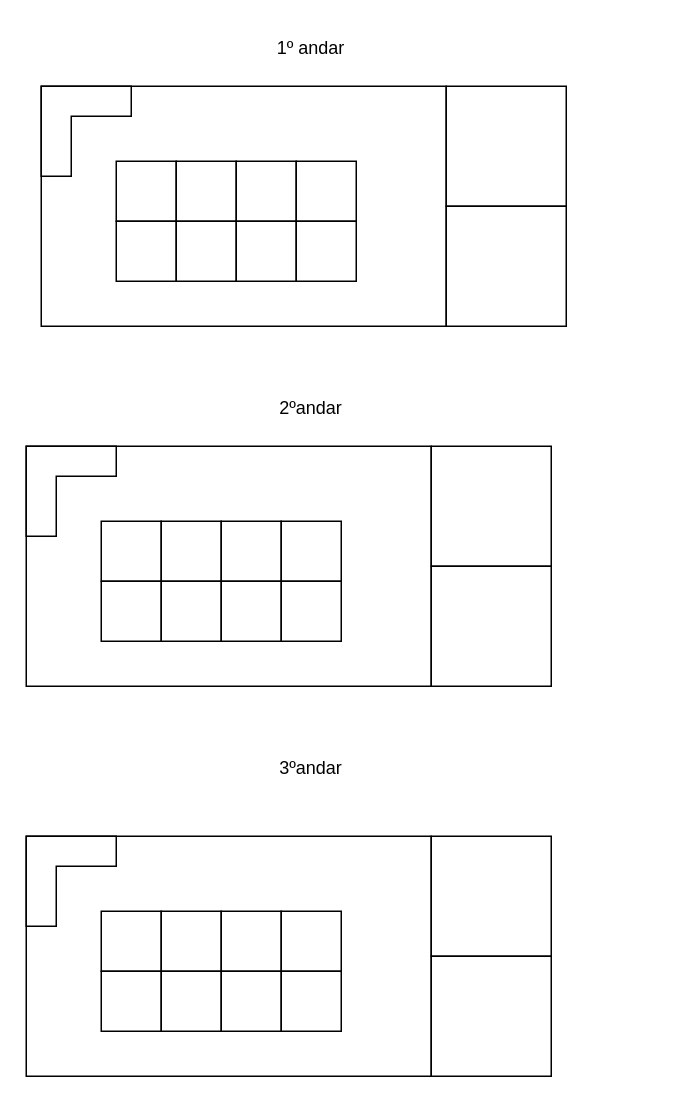
This is shopping.drawio from BrunoTdS456123/Prog1, a draw.io file, before an edit. Source tidied: cells renumbered, new cells numbered last; positions are measured from the earlier drawing's top-left corner, leaving out a move shared by most shapes. Both pictures are drawn from the tidied source at 150%, with x=0, y=0 at pixel (26, 26).
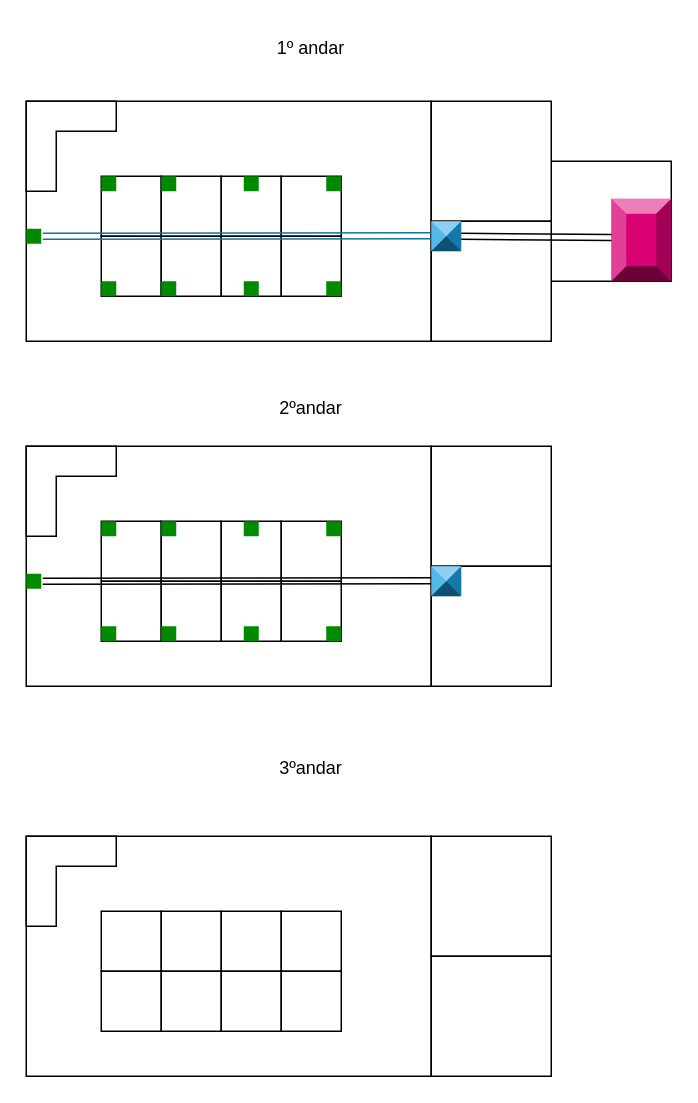
Above is the later version.

The edit, as a diff of the source:
```diff
@@
-    <mxCell id="2" style="rounded=0;whiteSpace=wrap;html=1;" parent="1" vertex="1">
-      <mxGeometry x="10" y="40" width="270" height="160" as="geometry" />
-    </mxCell>
-    <mxCell id="3" style="whiteSpace=wrap;html=1;" parent="1" vertex="1">
-      <mxGeometry x="280" y="40" width="80" height="80" as="geometry" />
-    </mxCell>
-    <mxCell id="4" style="whiteSpace=wrap;html=1;" parent="1" vertex="1">
-      <mxGeometry x="280" y="120" width="80" height="80" as="geometry" />
-    </mxCell>
@@
-    <mxCell id="8" style="shape=corner;whiteSpace=wrap;html=1;" parent="1" vertex="1">
-      <mxGeometry x="10" y="40" width="60" height="60" as="geometry" />
-    </mxCell>
-    <mxCell id="9" style="whiteSpace=wrap;html=1;" parent="1" vertex="1">
-      <mxGeometry x="60" y="90" width="40" height="40" as="geometry" />
-    </mxCell>
-    <mxCell id="10" style="whiteSpace=wrap;html=1;" parent="1" vertex="1">
-      <mxGeometry x="100" y="90" width="40" height="40" as="geometry" />
-    </mxCell>
-    <mxCell id="11" style="whiteSpace=wrap;html=1;" parent="1" vertex="1">
-      <mxGeometry x="140" y="90" width="40" height="40" as="geometry" />
-    </mxCell>
-    <mxCell id="12" style="whiteSpace=wrap;html=1;" parent="1" vertex="1">
-      <mxGeometry x="180" y="90" width="40" height="40" as="geometry" />
-    </mxCell>
-    <mxCell id="13" style="whiteSpace=wrap;html=1;" parent="1" vertex="1">
-      <mxGeometry x="60" y="130" width="40" height="40" as="geometry" />
-    </mxCell>
-    <mxCell id="14" style="whiteSpace=wrap;html=1;" parent="1" vertex="1">
-      <mxGeometry x="100" y="130" width="40" height="40" as="geometry" />
-    </mxCell>
-    <mxCell id="15" style="whiteSpace=wrap;html=1;" parent="1" vertex="1">
-      <mxGeometry x="140" y="130" width="40" height="40" as="geometry" />
-    </mxCell>
-    <mxCell id="16" style="whiteSpace=wrap;html=1;" parent="1" vertex="1">
-      <mxGeometry x="180" y="130" width="40" height="40" as="geometry" />
-    </mxCell>
@@
+    <mxCell id="41" value="&lt;div&gt;&lt;br&gt;&lt;/div&gt;&lt;div&gt;&lt;br&gt;&lt;/div&gt;" style="labelPosition=center;verticalLabelPosition=middle;align=center;html=1;shape=mxgraph.basic.shaded_button;dx=10;fillColor=#1ba1e2;strokeColor=#006EAF;whiteSpace=wrap;fontColor=#ffffff;" parent="1" vertex="1">
+      <mxGeometry x="270" y="360" width="20" height="20" as="geometry" />
+    </mxCell>
+    <mxCell id="42" value="&lt;div&gt;&lt;br&gt;&lt;/div&gt;&lt;div&gt;&lt;br&gt;&lt;/div&gt;" style="labelPosition=center;verticalLabelPosition=middle;align=center;html=1;shape=mxgraph.basic.shaded_button;dx=0;fillColor=#008a00;strokeColor=#005700;whiteSpace=wrap;fontColor=#ffffff;" parent="1" vertex="1">
+      <mxGeometry x="200" y="400" width="10" height="10" as="geometry" />
+    </mxCell>
+    <mxCell id="43" value="&lt;div&gt;&lt;br&gt;&lt;/div&gt;&lt;div&gt;&lt;br&gt;&lt;/div&gt;" style="labelPosition=center;verticalLabelPosition=middle;align=center;html=1;shape=mxgraph.basic.shaded_button;dx=0;fillColor=#008a00;strokeColor=#005700;whiteSpace=wrap;fontColor=#ffffff;" parent="1" vertex="1">
+      <mxGeometry x="200" y="330" width="10" height="10" as="geometry" />
+    </mxCell>
+    <mxCell id="44" value="&lt;div&gt;&lt;br&gt;&lt;/div&gt;&lt;div&gt;&lt;br&gt;&lt;/div&gt;" style="labelPosition=center;verticalLabelPosition=middle;align=center;html=1;shape=mxgraph.basic.shaded_button;dx=0;fillColor=#008a00;strokeColor=#005700;whiteSpace=wrap;fontColor=#ffffff;" parent="1" vertex="1">
+      <mxGeometry x="145" y="330" width="10" height="10" as="geometry" />
+    </mxCell>
+    <mxCell id="45" value="&lt;div&gt;&lt;br&gt;&lt;/div&gt;&lt;div&gt;&lt;br&gt;&lt;/div&gt;" style="labelPosition=center;verticalLabelPosition=middle;align=center;html=1;shape=mxgraph.basic.shaded_button;dx=0;fillColor=#008a00;strokeColor=#005700;whiteSpace=wrap;fontColor=#ffffff;" parent="1" vertex="1">
+      <mxGeometry x="145" y="400" width="10" height="10" as="geometry" />
+    </mxCell>
+    <mxCell id="46" value="&lt;div&gt;&lt;br&gt;&lt;/div&gt;&lt;div&gt;&lt;br&gt;&lt;/div&gt;" style="labelPosition=center;verticalLabelPosition=middle;align=center;html=1;shape=mxgraph.basic.shaded_button;dx=0;fillColor=#008a00;strokeColor=#005700;whiteSpace=wrap;fontColor=#ffffff;" parent="1" vertex="1">
+      <mxGeometry x="90" y="400" width="10" height="10" as="geometry" />
+    </mxCell>
+    <mxCell id="47" value="&lt;div&gt;&lt;br&gt;&lt;/div&gt;&lt;div&gt;&lt;br&gt;&lt;/div&gt;" style="labelPosition=center;verticalLabelPosition=middle;align=center;html=1;shape=mxgraph.basic.shaded_button;dx=0;fillColor=#008a00;strokeColor=#005700;whiteSpace=wrap;fontColor=#ffffff;" parent="1" vertex="1">
+      <mxGeometry x="90" y="330" width="10" height="10" as="geometry" />
+    </mxCell>
+    <mxCell id="48" value="&lt;div&gt;&lt;br&gt;&lt;/div&gt;&lt;div&gt;&lt;br&gt;&lt;/div&gt;" style="labelPosition=center;verticalLabelPosition=middle;align=center;html=1;shape=mxgraph.basic.shaded_button;dx=0;fillColor=#008a00;strokeColor=#005700;whiteSpace=wrap;fontColor=#ffffff;" parent="1" vertex="1">
+      <mxGeometry x="50" y="330" width="10" height="10" as="geometry" />
+    </mxCell>
+    <mxCell id="49" value="&lt;div&gt;&lt;br&gt;&lt;/div&gt;&lt;div&gt;&lt;br&gt;&lt;/div&gt;" style="labelPosition=center;verticalLabelPosition=middle;align=center;html=1;shape=mxgraph.basic.shaded_button;dx=0;fillColor=#008a00;strokeColor=#005700;whiteSpace=wrap;fontColor=#ffffff;" parent="1" vertex="1">
+      <mxGeometry x="50" y="400" width="10" height="10" as="geometry" />
+    </mxCell>
+    <mxCell id="50" value="&lt;div&gt;&lt;br&gt;&lt;/div&gt;&lt;div&gt;&lt;br&gt;&lt;/div&gt;" style="labelPosition=center;verticalLabelPosition=middle;align=center;html=1;shape=mxgraph.basic.shaded_button;dx=0;fillColor=#008a00;strokeColor=#005700;whiteSpace=wrap;fontColor=#ffffff;" parent="1" vertex="1">
+      <mxGeometry y="365" width="10" height="10" as="geometry" />
+    </mxCell>
+    <mxCell id="51" style="whiteSpace=wrap;html=1;" parent="1" vertex="1">
+      <mxGeometry x="350" y="90" width="80" height="80" as="geometry" />
+    </mxCell>
+    <mxCell id="52" value="&lt;div&gt;&lt;br&gt;&lt;/div&gt;&lt;div&gt;&lt;br&gt;&lt;/div&gt;" style="labelPosition=center;verticalLabelPosition=middle;align=center;html=1;shape=mxgraph.basic.shaded_button;dx=10;fillColor=#d80073;strokeColor=#A50040;whiteSpace=wrap;fontColor=#ffffff;" parent="1" vertex="1">
+      <mxGeometry x="390" y="115" width="40" height="55" as="geometry" />
+    </mxCell>
+    <mxCell id="53" style="shape=link;html=1;rounded=0;" parent="1" edge="1">
+      <mxGeometry relative="1" as="geometry">
+        <mxPoint x="11" y="370" as="sourcePoint" />
+        <mxPoint x="270" y="369.7" as="targetPoint" />
+      </mxGeometry>
+    </mxCell>
+    <mxCell id="54" style="rounded=0;whiteSpace=wrap;html=1;" parent="1" vertex="1">
+      <mxGeometry y="50" width="270" height="160" as="geometry" />
+    </mxCell>
+    <mxCell id="55" style="whiteSpace=wrap;html=1;" parent="1" vertex="1">
+      <mxGeometry x="270" y="50" width="80" height="80" as="geometry" />
+    </mxCell>
+    <mxCell id="56" style="whiteSpace=wrap;html=1;" parent="1" vertex="1">
+      <mxGeometry x="270" y="130" width="80" height="80" as="geometry" />
+    </mxCell>
+    <mxCell id="57" style="shape=corner;whiteSpace=wrap;html=1;" parent="1" vertex="1">
+      <mxGeometry y="50" width="60" height="60" as="geometry" />
+    </mxCell>
+    <mxCell id="58" style="whiteSpace=wrap;html=1;" parent="1" vertex="1">
+      <mxGeometry x="50" y="100" width="40" height="40" as="geometry" />
+    </mxCell>
+    <mxCell id="59" style="whiteSpace=wrap;html=1;" parent="1" vertex="1">
+      <mxGeometry x="90" y="100" width="40" height="40" as="geometry" />
+    </mxCell>
+    <mxCell id="60" style="whiteSpace=wrap;html=1;" parent="1" vertex="1">
+      <mxGeometry x="130" y="100" width="40" height="40" as="geometry" />
+    </mxCell>
+    <mxCell id="61" style="whiteSpace=wrap;html=1;" parent="1" vertex="1">
+      <mxGeometry x="170" y="100" width="40" height="40" as="geometry" />
+    </mxCell>
+    <mxCell id="62" style="whiteSpace=wrap;html=1;" parent="1" vertex="1">
+      <mxGeometry x="50" y="140" width="40" height="40" as="geometry" />
+    </mxCell>
+    <mxCell id="63" style="whiteSpace=wrap;html=1;" parent="1" vertex="1">
+      <mxGeometry x="90" y="140" width="40" height="40" as="geometry" />
+    </mxCell>
+    <mxCell id="64" style="whiteSpace=wrap;html=1;" parent="1" vertex="1">
+      <mxGeometry x="130" y="140" width="40" height="40" as="geometry" />
+    </mxCell>
+    <mxCell id="65" style="whiteSpace=wrap;html=1;" parent="1" vertex="1">
+      <mxGeometry x="170" y="140" width="40" height="40" as="geometry" />
+    </mxCell>
+    <mxCell id="66" value="&lt;div&gt;&lt;br&gt;&lt;/div&gt;&lt;div&gt;&lt;br&gt;&lt;/div&gt;" style="labelPosition=center;verticalLabelPosition=middle;align=center;html=1;shape=mxgraph.basic.shaded_button;dx=10;fillColor=#1ba1e2;strokeColor=#006EAF;whiteSpace=wrap;fontColor=#ffffff;" parent="1" vertex="1">
+      <mxGeometry x="270" y="130" width="20" height="20" as="geometry" />
+    </mxCell>
+    <mxCell id="67" value="&lt;div&gt;&lt;br&gt;&lt;/div&gt;&lt;div&gt;&lt;br&gt;&lt;/div&gt;" style="labelPosition=center;verticalLabelPosition=middle;align=center;html=1;shape=mxgraph.basic.shaded_button;dx=0;fillColor=#008a00;strokeColor=#005700;whiteSpace=wrap;fontColor=#ffffff;" parent="1" vertex="1">
+      <mxGeometry x="200" y="170" width="10" height="10" as="geometry" />
+    </mxCell>
+    <mxCell id="68" value="&lt;div&gt;&lt;br&gt;&lt;/div&gt;&lt;div&gt;&lt;br&gt;&lt;/div&gt;" style="labelPosition=center;verticalLabelPosition=middle;align=center;html=1;shape=mxgraph.basic.shaded_button;dx=0;fillColor=#008a00;strokeColor=#005700;whiteSpace=wrap;fontColor=#ffffff;" parent="1" vertex="1">
+      <mxGeometry x="200" y="100" width="10" height="10" as="geometry" />
+    </mxCell>
+    <mxCell id="69" value="&lt;div&gt;&lt;br&gt;&lt;/div&gt;&lt;div&gt;&lt;br&gt;&lt;/div&gt;" style="labelPosition=center;verticalLabelPosition=middle;align=center;html=1;shape=mxgraph.basic.shaded_button;dx=0;fillColor=#008a00;strokeColor=#005700;whiteSpace=wrap;fontColor=#ffffff;" parent="1" vertex="1">
+      <mxGeometry x="145" y="100" width="10" height="10" as="geometry" />
+    </mxCell>
+    <mxCell id="70" value="&lt;div&gt;&lt;br&gt;&lt;/div&gt;&lt;div&gt;&lt;br&gt;&lt;/div&gt;" style="labelPosition=center;verticalLabelPosition=middle;align=center;html=1;shape=mxgraph.basic.shaded_button;dx=0;fillColor=#008a00;strokeColor=#005700;whiteSpace=wrap;fontColor=#ffffff;" parent="1" vertex="1">
+      <mxGeometry x="145" y="170" width="10" height="10" as="geometry" />
+    </mxCell>
+    <mxCell id="71" value="&lt;div&gt;&lt;br&gt;&lt;/div&gt;&lt;div&gt;&lt;br&gt;&lt;/div&gt;" style="labelPosition=center;verticalLabelPosition=middle;align=center;html=1;shape=mxgraph.basic.shaded_button;dx=0;fillColor=#008a00;strokeColor=#005700;whiteSpace=wrap;fontColor=#ffffff;" parent="1" vertex="1">
+      <mxGeometry x="90" y="170" width="10" height="10" as="geometry" />
+    </mxCell>
+    <mxCell id="72" value="&lt;div&gt;&lt;br&gt;&lt;/div&gt;&lt;div&gt;&lt;br&gt;&lt;/div&gt;" style="labelPosition=center;verticalLabelPosition=middle;align=center;html=1;shape=mxgraph.basic.shaded_button;dx=0;fillColor=#008a00;strokeColor=#005700;whiteSpace=wrap;fontColor=#ffffff;" parent="1" vertex="1">
+      <mxGeometry x="90" y="100" width="10" height="10" as="geometry" />
+    </mxCell>
+    <mxCell id="73" value="&lt;div&gt;&lt;br&gt;&lt;/div&gt;&lt;div&gt;&lt;br&gt;&lt;/div&gt;" style="labelPosition=center;verticalLabelPosition=middle;align=center;html=1;shape=mxgraph.basic.shaded_button;dx=0;fillColor=#008a00;strokeColor=#005700;whiteSpace=wrap;fontColor=#ffffff;" parent="1" vertex="1">
+      <mxGeometry x="50" y="100" width="10" height="10" as="geometry" />
+    </mxCell>
+    <mxCell id="74" value="&lt;div&gt;&lt;br&gt;&lt;/div&gt;&lt;div&gt;&lt;br&gt;&lt;/div&gt;" style="labelPosition=center;verticalLabelPosition=middle;align=center;html=1;shape=mxgraph.basic.shaded_button;dx=0;fillColor=#008a00;strokeColor=#005700;whiteSpace=wrap;fontColor=#ffffff;" parent="1" vertex="1">
+      <mxGeometry x="50" y="170" width="10" height="10" as="geometry" />
+    </mxCell>
+    <mxCell id="75" value="&lt;div&gt;&lt;br&gt;&lt;/div&gt;&lt;div&gt;&lt;br&gt;&lt;/div&gt;" style="labelPosition=center;verticalLabelPosition=middle;align=center;html=1;shape=mxgraph.basic.shaded_button;dx=0;fillColor=#008a00;strokeColor=#005700;whiteSpace=wrap;fontColor=#ffffff;" parent="1" vertex="1">
+      <mxGeometry y="135" width="10" height="10" as="geometry" />
+    </mxCell>
+    <mxCell id="76" style="shape=link;html=1;rounded=0;fillColor=#b1ddf0;strokeColor=#10739e;" parent="1" edge="1">
+      <mxGeometry relative="1" as="geometry">
+        <mxPoint x="11" y="140" as="sourcePoint" />
+        <mxPoint x="270" y="139.7" as="targetPoint" />
+      </mxGeometry>
+    </mxCell>
+    <mxCell id="77" style="shape=link;html=1;rounded=0;exitX=1;exitY=0.5;exitDx=0;exitDy=0;exitPerimeter=0;entryX=0.004;entryY=0.47;entryDx=0;entryDy=0;entryPerimeter=0;" parent="1" edge="1" source="66" target="52">
+      <mxGeometry relative="1" as="geometry" />
+    </mxCell>
```
